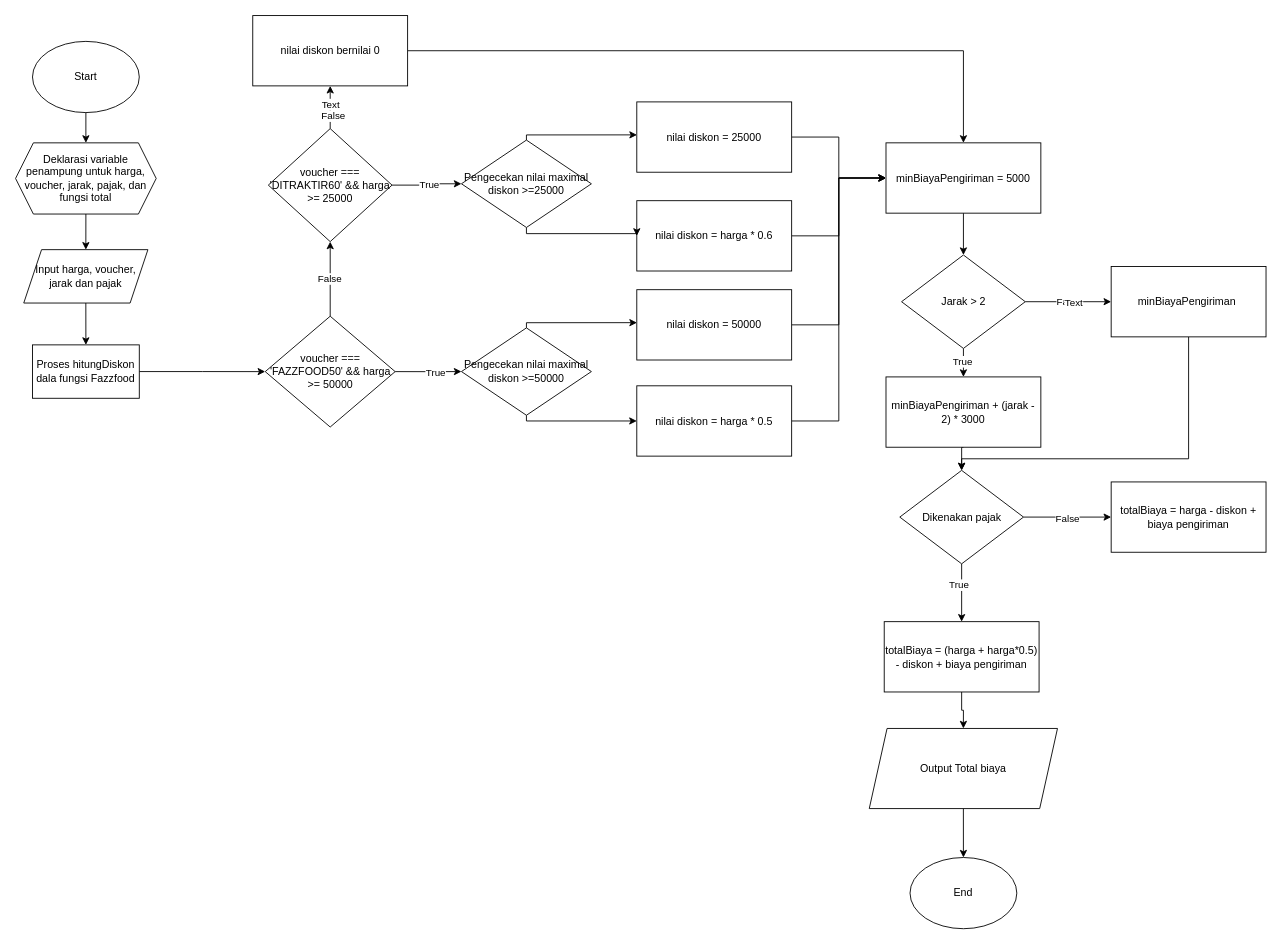
The draw.io diagram page "Page-1" (1 of 2) of 5-Code Implementation/DIscount FlowChart.drawio in mfauzidr/FWG-20, before the edit. Source tidied: cells renumbered, new cells numbered last; positions are measured from the earlier drawing's top-left corner, leaving out a move shared by most shapes. Both pictures are drawn from the tidied source at 89%, with x=0, y=0 at pixel (15, 15).
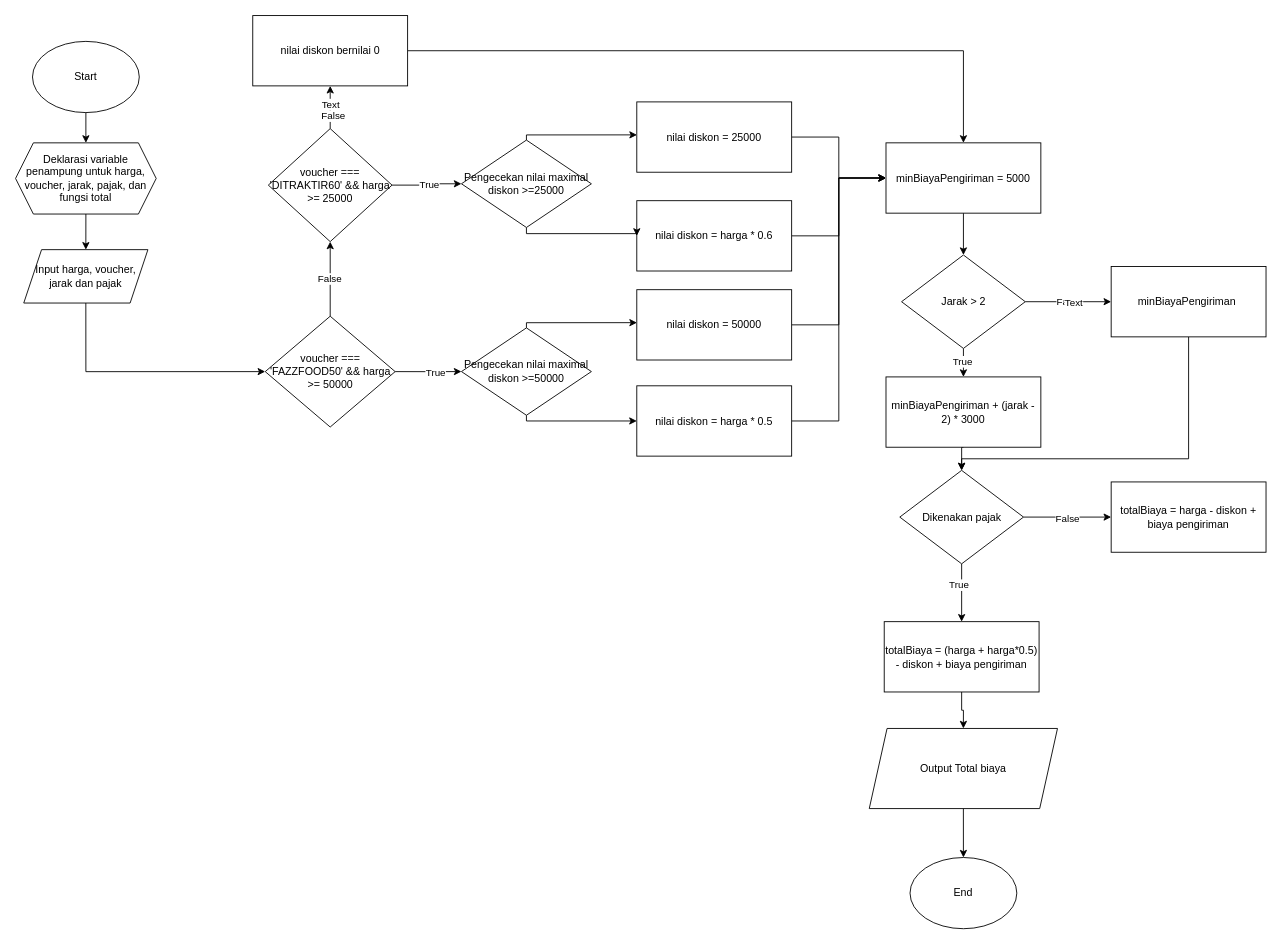
The same page after the edit.

The change refers to these unchanged cells:
```xml
<mxCell id="5" value="Input harga, voucher, jarak dan pajak" style="shape=parallelogram;perimeter=parallelogramPerimeter;whiteSpace=wrap;html=1;fixedSize=1;" parent="1" vertex="1">
  <mxGeometry x="9.2" y="263" width="139.5" height="60" as="geometry" />
</mxCell>
<mxCell id="20" value="voucher === 'FAZZFOOD50' &amp;amp;&amp;amp; harga &amp;gt;= 50000" style="rhombus;whiteSpace=wrap;html=1;" parent="1" vertex="1">
  <mxGeometry x="280.5" y="337.8" width="146" height="124.5" as="geometry" />
</mxCell>
```

Change to the diagram source:
```diff
@@
-    <mxCell id="4" style="edgeStyle=orthogonalEdgeStyle;rounded=0;jettySize=auto;html=1;exitX=0.5;exitY=1;exitDx=0;exitDy=0;entryX=0.5;entryY=0;entryDx=0;entryDy=0;" parent="1" edge="1" source="5" target="9">
-      <mxGeometry relative="1" as="geometry" />
-    </mxCell>
+    <mxCell id="59" style="edgeStyle=orthogonalEdgeStyle;rounded=0;jettySize=auto;html=1;exitX=0.5;exitY=1;exitDx=0;exitDy=0;entryX=0;entryY=0.5;entryDx=0;entryDy=0;" parent="1" edge="1" source="5" target="20">
+      <mxGeometry relative="1" as="geometry" />
+    </mxCell>
@@
-    <mxCell id="8" style="edgeStyle=orthogonalEdgeStyle;rounded=0;jettySize=auto;html=1;exitX=1;exitY=0.5;exitDx=0;exitDy=0;entryX=0;entryY=0.5;entryDx=0;entryDy=0;" parent="1" edge="1" source="9" target="20">
-      <mxGeometry relative="1" as="geometry" />
-    </mxCell>
-    <mxCell id="9" value="Proses hitungDiskon dala fungsi Fazzfood" style="rounded=0;whiteSpace=wrap;html=1;" parent="1" vertex="1">
-      <mxGeometry x="19" y="370" width="120" height="60" as="geometry" />
-    </mxCell>
```
